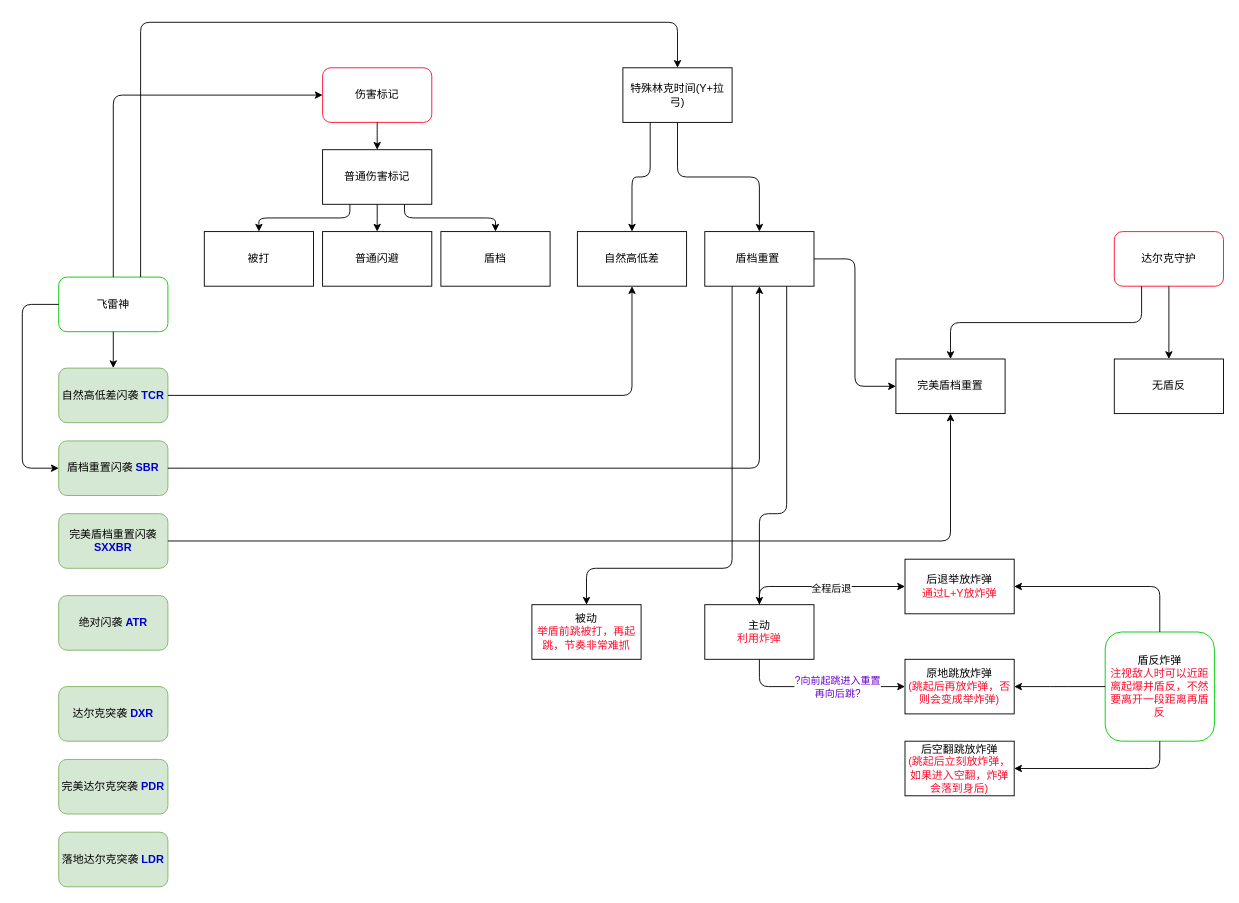
Above: zelda.drawio in XiaoLiuAI/diagrams (draw.io), before the change. Source tidied: cells renumbered, new cells numbered last; positions are measured from the earlier drawing's top-left corner, leaving out a move shared by most shapes. Both pictures are drawn from the tidied source at 91%, with x=0, y=0 at pixel (22, 22).
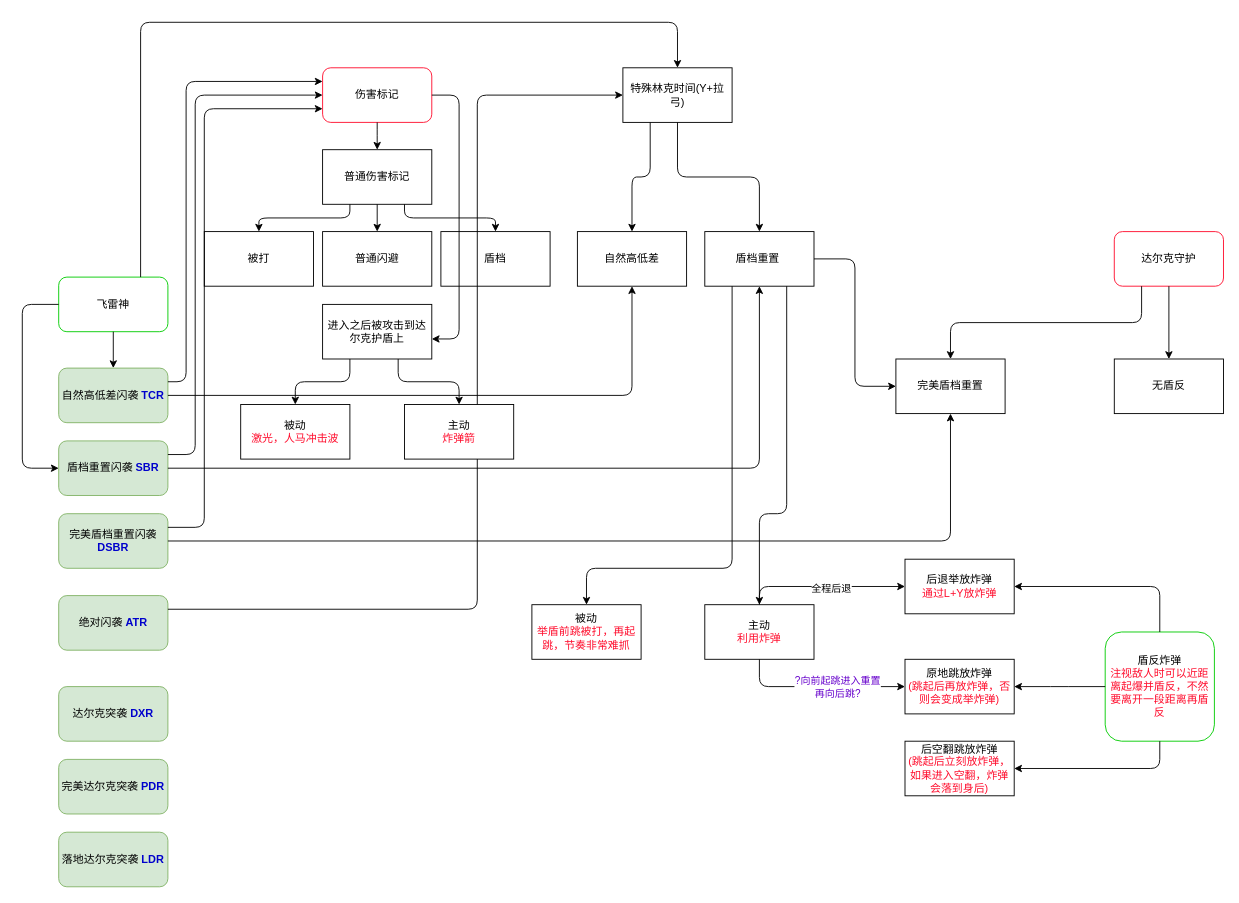
The same diagram, later.

The change refers to these unchanged cells:
```xml
<mxCell id="2" value="飞雷神" style="rounded=1;whiteSpace=wrap;html=1;strokeColor=#00CC00;" parent="1" vertex="1">
  <mxGeometry x="40" y="280" width="120" height="60" as="geometry" />
</mxCell>
<mxCell id="3" value="伤害标记" style="rounded=1;whiteSpace=wrap;html=1;strokeWidth=1;strokeColor=#FF0D2D;" parent="1" vertex="1">
  <mxGeometry x="330" y="50" width="120" height="60" as="geometry" />
</mxCell>
<mxCell id="12" value="特殊林克时间(Y+拉弓)" style="rounded=0;whiteSpace=wrap;html=1;" parent="1" vertex="1">
  <mxGeometry x="660" y="50" width="120" height="60" as="geometry" />
</mxCell>
<mxCell id="35" value="绝对闪袭 &lt;b&gt;&lt;font color=&quot;#0000cc&quot;&gt;AT&lt;/font&gt;&lt;/b&gt;&lt;font color=&quot;#0000cc&quot;&gt;&lt;b&gt;R&lt;/b&gt;&lt;/font&gt;" style="rounded=1;whiteSpace=wrap;html=1;fillColor=#d5e8d4;strokeColor=#82b366;" parent="1" vertex="1">
  <mxGeometry x="40" y="630" width="120" height="60" as="geometry" />
</mxCell>
<mxCell id="36" value="自然高低差闪袭 &lt;b&gt;&lt;font color=&quot;#0000cc&quot;&gt;TC&lt;/font&gt;&lt;/b&gt;&lt;font color=&quot;#0000cc&quot;&gt;&lt;b&gt;R&lt;/b&gt;&lt;/font&gt;" style="rounded=1;whiteSpace=wrap;html=1;fillColor=#d5e8d4;strokeColor=#82b366;" parent="1" vertex="1">
  <mxGeometry x="40" y="380" width="120" height="60" as="geometry" />
</mxCell>
<mxCell id="37" value="盾档重置闪袭 &lt;b&gt;&lt;font color=&quot;#0000cc&quot;&gt;SB&lt;/font&gt;&lt;/b&gt;&lt;font color=&quot;#0000cc&quot;&gt;&lt;b&gt;R&lt;/b&gt;&lt;/font&gt;" style="rounded=1;whiteSpace=wrap;html=1;fillColor=#d5e8d4;strokeColor=#82b366;" parent="1" vertex="1">
  <mxGeometry x="40" y="460" width="120" height="60" as="geometry" />
</mxCell>
```

Change to the diagram source:
```diff
@@
-    <mxCell id="13" style="edgeStyle=elbowEdgeStyle;elbow=vertical;endArrow=classic;html=1;exitX=0.5;exitY=0;exitDx=0;exitDy=0;entryX=0;entryY=0.5;entryDx=0;entryDy=0;" parent="1" edge="1" source="2" target="3">
-      <mxGeometry relative="1" as="geometry">
-        <Array as="points">
-          <mxPoint x="210" y="80" />
-        </Array>
-      </mxGeometry>
-    </mxCell>
@@
-    <mxCell id="38" value="完美盾档重置闪袭 &lt;b&gt;&lt;font color=&quot;#0000cc&quot;&gt;SXXB&lt;/font&gt;&lt;/b&gt;&lt;font color=&quot;#0000cc&quot;&gt;&lt;b&gt;R&lt;/b&gt;&lt;/font&gt;" style="rounded=1;whiteSpace=wrap;html=1;fillColor=#d5e8d4;strokeColor=#82b366;" parent="1" vertex="1">
+    <mxCell id="38" value="完美盾档重置闪袭 &lt;br&gt;&lt;b&gt;&lt;font color=&quot;#0000cc&quot;&gt;D&lt;/font&gt;&lt;/b&gt;&lt;b&gt;&lt;font color=&quot;#0000cc&quot;&gt;SB&lt;/font&gt;&lt;/b&gt;&lt;font color=&quot;#0000cc&quot;&gt;&lt;b&gt;R&lt;/b&gt;&lt;/font&gt;" style="rounded=1;whiteSpace=wrap;html=1;fillColor=#d5e8d4;strokeColor=#82b366;" parent="1" vertex="1">
       <mxGeometry x="40" y="540" width="120" height="60" as="geometry" />
     </mxCell>
@@
+    <mxCell id="52" style="edgeStyle=elbowEdgeStyle;elbow=horizontal;endArrow=classic;html=1;entryX=0;entryY=0.5;entryDx=0;entryDy=0;exitX=1;exitY=0.25;exitDx=0;exitDy=0;" parent="1" edge="1" source="35" target="12">
+      <mxGeometry relative="1" as="geometry">
+        <Array as="points">
+          <mxPoint x="500" y="350" />
+        </Array>
+      </mxGeometry>
+    </mxCell>
+    <mxCell id="53" value="进入之后被攻击到达尔克护盾上" style="rounded=0;whiteSpace=wrap;html=1;" parent="1" vertex="1">
+      <mxGeometry x="330" y="310" width="120" height="60" as="geometry" />
+    </mxCell>
+    <mxCell id="54" style="edgeStyle=elbowEdgeStyle;elbow=horizontal;endArrow=classic;html=1;exitX=1;exitY=0.25;exitDx=0;exitDy=0;entryX=0;entryY=0.25;entryDx=0;entryDy=0;" parent="1" edge="1" source="36" target="3">
+      <mxGeometry relative="1" as="geometry">
+        <Array as="points">
+          <mxPoint x="180" y="240" />
+        </Array>
+      </mxGeometry>
+    </mxCell>
+    <mxCell id="55" style="edgeStyle=elbowEdgeStyle;elbow=horizontal;endArrow=classic;html=1;exitX=1;exitY=0.25;exitDx=0;exitDy=0;" parent="1" edge="1" source="37">
+      <mxGeometry relative="1" as="geometry">
+        <mxPoint x="330" y="80" as="targetPoint" />
+        <Array as="points">
+          <mxPoint x="190" y="250" />
+        </Array>
+      </mxGeometry>
+    </mxCell>
+    <mxCell id="56" style="edgeStyle=elbowEdgeStyle;elbow=horizontal;endArrow=classic;html=1;exitX=1;exitY=0.25;exitDx=0;exitDy=0;entryX=0;entryY=0.75;entryDx=0;entryDy=0;" parent="1" edge="1" source="38" target="3">
+      <mxGeometry relative="1" as="geometry">
+        <Array as="points">
+          <mxPoint x="200" y="260" />
+        </Array>
+      </mxGeometry>
+    </mxCell>
+    <mxCell id="57" style="edgeStyle=elbowEdgeStyle;elbow=horizontal;endArrow=classic;html=1;exitX=1;exitY=0.5;exitDx=0;exitDy=0;entryX=1;entryY=0.633;entryDx=0;entryDy=0;entryPerimeter=0;" parent="1" edge="1" source="3" target="53">
+      <mxGeometry relative="1" as="geometry">
+        <Array as="points">
+          <mxPoint x="480" y="229" />
+        </Array>
+      </mxGeometry>
+    </mxCell>
+    <mxCell id="58" value="被动&lt;br&gt;&lt;font color=&quot;#ff0d2d&quot;&gt;激光，人马冲击波&lt;/font&gt;" style="rounded=0;whiteSpace=wrap;html=1;" parent="1" vertex="1">
+      <mxGeometry x="240" y="420" width="120" height="60" as="geometry" />
+    </mxCell>
+    <mxCell id="59" value="主动&lt;br&gt;&lt;font color=&quot;#ff0d2d&quot;&gt;炸弹箭&lt;/font&gt;" style="rounded=0;whiteSpace=wrap;html=1;" parent="1" vertex="1">
+      <mxGeometry x="420" y="420" width="120" height="60" as="geometry" />
+    </mxCell>
+    <mxCell id="60" style="edgeStyle=elbowEdgeStyle;elbow=vertical;endArrow=classic;html=1;exitX=0.692;exitY=1;exitDx=0;exitDy=0;exitPerimeter=0;entryX=0.5;entryY=0;entryDx=0;entryDy=0;" parent="1" edge="1" source="53" target="59">
+      <mxGeometry relative="1" as="geometry" />
+    </mxCell>
+    <mxCell id="61" style="edgeStyle=elbowEdgeStyle;elbow=vertical;endArrow=classic;html=1;exitX=0.25;exitY=1;exitDx=0;exitDy=0;entryX=0.5;entryY=0;entryDx=0;entryDy=0;" parent="1" edge="1" source="53" target="58">
+      <mxGeometry relative="1" as="geometry" />
+    </mxCell>
```
